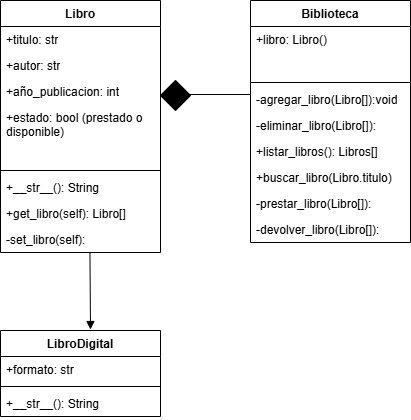
Earlier version of the draw.io export diagrama.drawio.png (Linwi-V/Evaluacion_modulo4). Source tidied: cells renumbered, new cells last; positions are measured from the earlier drawing's top-left corner, leaving out a move shared by most shapes.
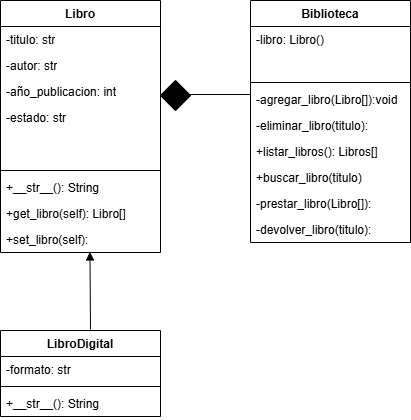
After the change.

The edit, as a diff of the source:
```diff
@@ -5,16 +5,16 @@
     <mxCell id="2" value="Libro" style="swimlane;fontStyle=1;align=center;verticalAlign=top;horizontal=1;startSize=26;whiteSpace=wrap;html=1;" parent="1" vertex="1">
       <mxGeometry width="160" height="252" as="geometry" />
     </mxCell>
-    <mxCell id="3" value="+titulo: str" style="text;strokeColor=none;fillColor=none;align=left;verticalAlign=top;spacingLeft=4;spacingRight=4;overflow=hidden;whiteSpace=wrap;html=1;" parent="2" vertex="1">
+    <mxCell id="3" value="-titulo: str" style="text;strokeColor=none;fillColor=none;align=left;verticalAlign=top;spacingLeft=4;spacingRight=4;overflow=hidden;whiteSpace=wrap;html=1;" parent="2" vertex="1">
       <mxGeometry y="26" width="160" height="26" as="geometry" />
     </mxCell>
-    <mxCell id="4" value="+autor: str" style="text;strokeColor=none;fillColor=none;align=left;verticalAlign=top;spacingLeft=4;spacingRight=4;overflow=hidden;whiteSpace=wrap;html=1;" parent="2" vertex="1">
+    <mxCell id="4" value="-autor: str" style="text;strokeColor=none;fillColor=none;align=left;verticalAlign=top;spacingLeft=4;spacingRight=4;overflow=hidden;whiteSpace=wrap;html=1;" parent="2" vertex="1">
       <mxGeometry y="52" width="160" height="26" as="geometry" />
     </mxCell>
-    <mxCell id="5" value="+año_publicacion: int" style="text;strokeColor=none;fillColor=none;align=left;verticalAlign=top;spacingLeft=4;spacingRight=4;overflow=hidden;whiteSpace=wrap;html=1;" parent="2" vertex="1">
+    <mxCell id="5" value="-año_publicacion: int" style="text;strokeColor=none;fillColor=none;align=left;verticalAlign=top;spacingLeft=4;spacingRight=4;overflow=hidden;whiteSpace=wrap;html=1;" parent="2" vertex="1">
       <mxGeometry y="78" width="160" height="26" as="geometry" />
     </mxCell>
-    <mxCell id="6" value="+estado: bool (prestado o disponible)" style="text;strokeColor=none;fillColor=none;align=left;verticalAlign=top;spacingLeft=4;spacingRight=4;overflow=hidden;whiteSpace=wrap;html=1;" parent="2" vertex="1">
+    <mxCell id="6" value="-estado: str" style="text;strokeColor=none;fillColor=none;align=left;verticalAlign=top;spacingLeft=4;spacingRight=4;overflow=hidden;whiteSpace=wrap;html=1;" parent="2" vertex="1">
       <mxGeometry y="104" width="160" height="36" as="geometry" />
     </mxCell>
     <mxCell id="7" style="text;strokeColor=none;fillColor=none;align=left;verticalAlign=top;spacingLeft=4;spacingRight=4;overflow=hidden;whiteSpace=wrap;html=1;" parent="2" vertex="1">
@@ -29,13 +29,13 @@
     <mxCell id="10" value="+get_libro(self): Libro[]" style="text;strokeColor=none;fillColor=none;align=left;verticalAlign=top;spacingLeft=4;spacingRight=4;overflow=hidden;whiteSpace=wrap;html=1;" parent="2" vertex="1">
       <mxGeometry y="200" width="160" height="26" as="geometry" />
     </mxCell>
-    <mxCell id="11" value="-set_libro(self):&amp;nbsp;&amp;nbsp;" style="text;strokeColor=none;fillColor=none;align=left;verticalAlign=top;spacingLeft=4;spacingRight=4;overflow=hidden;points=[[0,0.5],[1,0.5]];portConstraint=eastwest;whiteSpace=wrap;html=1;" parent="2" vertex="1">
+    <mxCell id="11" value="+set_libro(self):&amp;nbsp;&amp;nbsp;" style="text;strokeColor=none;fillColor=none;align=left;verticalAlign=top;spacingLeft=4;spacingRight=4;overflow=hidden;points=[[0,0.5],[1,0.5]];portConstraint=eastwest;whiteSpace=wrap;html=1;" parent="2" vertex="1">
       <mxGeometry y="226" width="160" height="26" as="geometry" />
     </mxCell>
     <mxCell id="12" value="Biblioteca" style="swimlane;fontStyle=1;align=center;verticalAlign=top;horizontal=1;startSize=26;whiteSpace=wrap;html=1;" parent="1" vertex="1">
       <mxGeometry x="250" width="160" height="242" as="geometry" />
     </mxCell>
-    <mxCell id="13" value="+libro: Libro()" style="text;strokeColor=none;fillColor=none;align=left;verticalAlign=top;spacingLeft=4;spacingRight=4;overflow=hidden;whiteSpace=wrap;html=1;" parent="12" vertex="1">
+    <mxCell id="13" value="-libro: Libro()" style="text;strokeColor=none;fillColor=none;align=left;verticalAlign=top;spacingLeft=4;spacingRight=4;overflow=hidden;whiteSpace=wrap;html=1;" parent="12" vertex="1">
       <mxGeometry y="26" width="160" height="26" as="geometry" />
     </mxCell>
     <mxCell id="14" style="text;strokeColor=none;fillColor=none;align=left;verticalAlign=top;spacingLeft=4;spacingRight=4;overflow=hidden;whiteSpace=wrap;html=1;" parent="12" vertex="1">
@@ -47,25 +47,25 @@
     <mxCell id="16" value="-agregar_libro(Libro[]):void" style="text;strokeColor=none;fillColor=none;align=left;verticalAlign=top;spacingLeft=4;spacingRight=4;overflow=hidden;whiteSpace=wrap;html=1;" parent="12" vertex="1">
       <mxGeometry y="86" width="160" height="26" as="geometry" />
     </mxCell>
-    <mxCell id="17" value="-eliminar_libro(Libro[]):&amp;nbsp;" style="text;strokeColor=none;fillColor=none;align=left;verticalAlign=top;spacingLeft=4;spacingRight=4;overflow=hidden;whiteSpace=wrap;html=1;" parent="12" vertex="1">
+    <mxCell id="17" value="-eliminar_libro(titulo):&amp;nbsp;" style="text;strokeColor=none;fillColor=none;align=left;verticalAlign=top;spacingLeft=4;spacingRight=4;overflow=hidden;whiteSpace=wrap;html=1;" parent="12" vertex="1">
       <mxGeometry y="112" width="160" height="26" as="geometry" />
     </mxCell>
     <mxCell id="18" value="+listar_libros(): Libros[]" style="text;strokeColor=none;fillColor=none;align=left;verticalAlign=top;spacingLeft=4;spacingRight=4;overflow=hidden;whiteSpace=wrap;html=1;" parent="12" vertex="1">
       <mxGeometry y="138" width="160" height="26" as="geometry" />
     </mxCell>
-    <mxCell id="19" value="+buscar_libro(Libro.titulo)" style="text;strokeColor=none;fillColor=none;align=left;verticalAlign=top;spacingLeft=4;spacingRight=4;overflow=hidden;whiteSpace=wrap;html=1;" parent="12" vertex="1">
+    <mxCell id="19" value="+buscar_libro(titulo)" style="text;strokeColor=none;fillColor=none;align=left;verticalAlign=top;spacingLeft=4;spacingRight=4;overflow=hidden;whiteSpace=wrap;html=1;" parent="12" vertex="1">
       <mxGeometry y="164" width="160" height="26" as="geometry" />
     </mxCell>
     <mxCell id="20" value="-prestar_libro(Libro[]):" style="text;strokeColor=none;fillColor=none;align=left;verticalAlign=top;spacingLeft=4;spacingRight=4;overflow=hidden;whiteSpace=wrap;html=1;" parent="12" vertex="1">
       <mxGeometry y="190" width="160" height="26" as="geometry" />
     </mxCell>
-    <mxCell id="21" value="-devolver_libro(Libro[]):" style="text;strokeColor=none;fillColor=none;align=left;verticalAlign=top;spacingLeft=4;spacingRight=4;overflow=hidden;whiteSpace=wrap;html=1;" parent="12" vertex="1">
+    <mxCell id="21" value="-devolver_libro(titulo):" style="text;strokeColor=none;fillColor=none;align=left;verticalAlign=top;spacingLeft=4;spacingRight=4;overflow=hidden;whiteSpace=wrap;html=1;" parent="12" vertex="1">
       <mxGeometry y="216" width="160" height="26" as="geometry" />
     </mxCell>
     <mxCell id="22" value="LibroDigital" style="swimlane;fontStyle=1;align=center;verticalAlign=top;horizontal=1;startSize=26;whiteSpace=wrap;html=1;" parent="1" vertex="1">
       <mxGeometry y="330" width="160" height="86" as="geometry" />
     </mxCell>
-    <mxCell id="23" value="+formato: str" style="text;strokeColor=none;fillColor=none;align=left;verticalAlign=top;spacingLeft=4;spacingRight=4;overflow=hidden;whiteSpace=wrap;html=1;" parent="22" vertex="1">
+    <mxCell id="23" value="-formato: str" style="text;strokeColor=none;fillColor=none;align=left;verticalAlign=top;spacingLeft=4;spacingRight=4;overflow=hidden;whiteSpace=wrap;html=1;" parent="22" vertex="1">
       <mxGeometry y="26" width="160" height="26" as="geometry" />
     </mxCell>
     <mxCell id="24" style="line;strokeWidth=1;fillColor=none;align=left;verticalAlign=middle;spacingTop=-1;spacingLeft=3;spacingRight=3;labelPosition=right;strokeColor=inherit;" parent="22" vertex="1">
@@ -74,9 +74,9 @@
     <mxCell id="25" value="&lt;span style=&quot;color: rgb(0, 0, 0); text-align: center;&quot;&gt;+__str__(): String&lt;/span&gt;" style="text;strokeColor=none;fillColor=none;align=left;verticalAlign=top;spacingLeft=4;spacingRight=4;overflow=hidden;whiteSpace=wrap;html=1;" parent="22" vertex="1">
       <mxGeometry y="60" width="160" height="26" as="geometry" />
     </mxCell>
-    <mxCell id="26" style="html=1;verticalAlign=bottom;labelBackgroundColor=none;endArrow=block;endFill=1;exitX=0.559;exitY=0.979;exitDx=0;exitDy=0;exitPerimeter=0;" parent="1" edge="1" source="11">
+    <mxCell id="26" style="html=1;verticalAlign=bottom;labelBackgroundColor=none;endArrow=block;endFill=1;exitX=0.559;exitY=0.979;exitDx=0;exitDy=0;exitPerimeter=0;entryX=0.559;entryY=0.979;entryDx=0;entryDy=0;entryPerimeter=0;" parent="1" edge="1" target="11">
       <mxGeometry relative="1" as="geometry">
-        <mxPoint x="90" y="329" as="targetPoint" />
+        <mxPoint x="90" y="329" as="sourcePoint" />
       </mxGeometry>
     </mxCell>
     <mxCell id="27" style="line;strokeWidth=1;fillColor=none;align=left;verticalAlign=middle;spacingTop=-1;spacingLeft=3;spacingRight=3;labelPosition=right;strokeColor=inherit;" parent="1" vertex="1">
```
